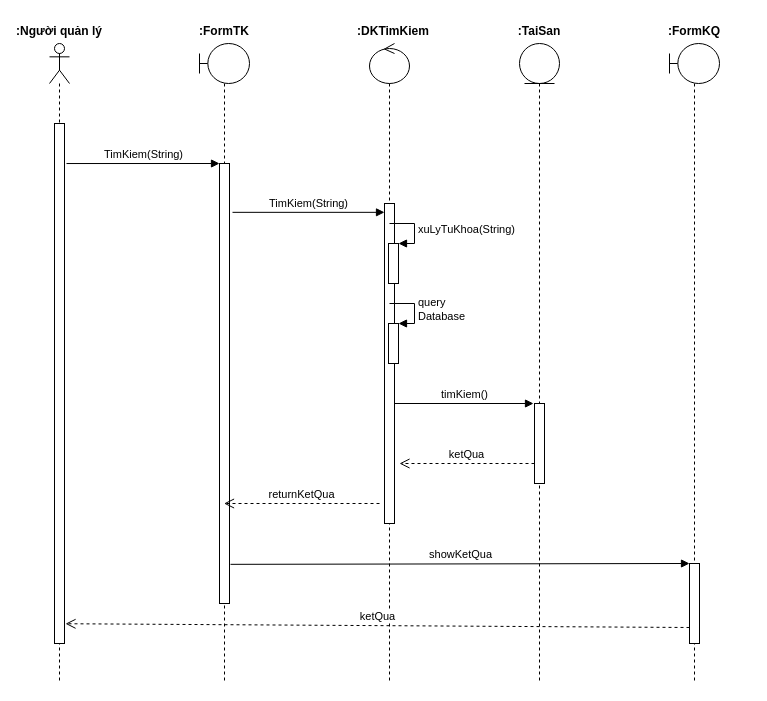
Above: page "timkiem" (1 of 4) of Search sequence diagram.drawio in LocalHost127000/OODA (draw.io), before the change. Source tidied: cells renumbered, new cells numbered last; positions are measured from the earlier drawing's top-left corner, leaving out a move shared by most shapes. Both pictures are drawn from the tidied source at 100%, with x=0, y=0 at pixel (19, 17).
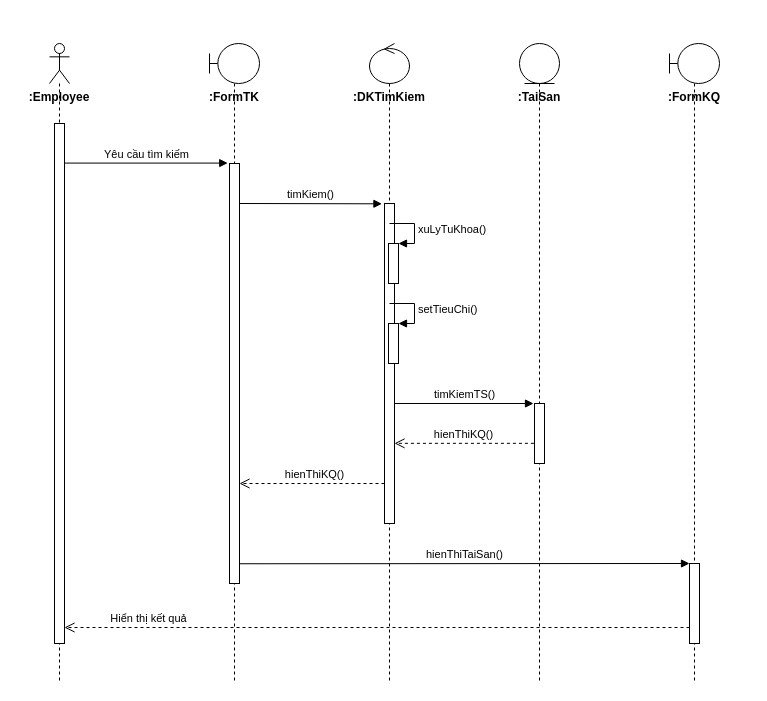
The same diagram, later.

Unchanged cells that the change refers to:
```xml
<mxCell id="3" style="html=1;points=[];perimeter=orthogonalPerimeter;" parent="2" vertex="1">
  <mxGeometry x="5" y="80" width="10" height="520" as="geometry" />
</mxCell>
<mxCell id="6" style="shape=umlLifeline;participant=umlEntity;perimeter=lifelinePerimeter;whiteSpace=wrap;html=1;verticalAlign=top;spacingTop=36;" parent="1" vertex="1">
  <mxGeometry x="500" y="26" width="40" height="640" as="geometry" />
</mxCell>
<mxCell id="8" style="shape=umlLifeline;participant=umlControl;perimeter=lifelinePerimeter;whiteSpace=wrap;html=1;verticalAlign=top;spacingTop=36;" parent="1" vertex="1">
  <mxGeometry x="350" y="26" width="40" height="640" as="geometry" />
</mxCell>
<mxCell id="9" style="html=1;points=[];perimeter=orthogonalPerimeter;" parent="8" vertex="1">
  <mxGeometry x="15" y="160" width="10" height="320" as="geometry" />
</mxCell>
<mxCell id="10" style="html=1;points=[];perimeter=orthogonalPerimeter;" parent="8" vertex="1">
  <mxGeometry x="19" y="200" width="10" height="40" as="geometry" />
</mxCell>
<mxCell id="12" style="html=1;points=[];perimeter=orthogonalPerimeter;" parent="8" vertex="1">
  <mxGeometry x="19" y="280" width="10" height="40" as="geometry" />
</mxCell>
<mxCell id="15" style="html=1;points=[];perimeter=orthogonalPerimeter;" parent="14" vertex="1">
  <mxGeometry x="20" y="520" width="10" height="80" as="geometry" />
</mxCell>
```

Change to the diagram source:
```diff
@@
     <mxCell id="4" style="shape=umlLifeline;participant=umlBoundary;perimeter=lifelinePerimeter;whiteSpace=wrap;html=1;verticalAlign=top;spacingTop=36;outlineConnect=0;" parent="1" vertex="1">
-      <mxGeometry x="180" y="26" width="50" height="640" as="geometry" />
+      <mxGeometry x="190" y="26" width="50" height="640" as="geometry" />
     </mxCell>
     <mxCell id="5" style="html=1;points=[];perimeter=orthogonalPerimeter;" parent="4" vertex="1">
-      <mxGeometry x="20" y="120" width="10" height="440" as="geometry" />
+      <mxGeometry x="20" y="120" width="10" height="420" as="geometry" />
     </mxCell>
@@
     <mxCell id="7" style="html=1;points=[];perimeter=orthogonalPerimeter;" parent="6" vertex="1">
-      <mxGeometry x="15" y="360" width="10" height="80" as="geometry" />
+      <mxGeometry x="15" y="360" width="10" height="60" as="geometry" />
     </mxCell>
@@
-    <mxCell id="11" value="xuLyTuKhoa(String)" style="edgeStyle=orthogonalEdgeStyle;html=1;align=left;spacingLeft=2;endArrow=block;rounded=0;entryX=1;entryY=0;" parent="8" edge="1" target="10">
+    <mxCell id="11" value="xuLyTuKhoa()" style="edgeStyle=orthogonalEdgeStyle;html=1;align=left;spacingLeft=2;endArrow=block;rounded=0;entryX=1;entryY=0;" parent="8" edge="1" target="10">
       <mxGeometry relative="1" as="geometry">
         <mxPoint x="20" y="180" as="sourcePoint" />
         <Array as="points">
           <mxPoint x="45" y="180" />
         </Array>
       </mxGeometry>
     </mxCell>
@@
-    <mxCell id="13" value="query&lt;br&gt;Database" style="edgeStyle=orthogonalEdgeStyle;html=1;align=left;spacingLeft=2;endArrow=block;rounded=0;entryX=1;entryY=0;" parent="8" edge="1" target="12">
+    <mxCell id="13" value="setTieuChi()" style="edgeStyle=orthogonalEdgeStyle;html=1;align=left;spacingLeft=2;endArrow=block;rounded=0;entryX=1;entryY=0;" parent="8" edge="1" target="12">
       <mxGeometry relative="1" as="geometry">
         <mxPoint x="20" y="260" as="sourcePoint" />
         <Array as="points">
           <mxPoint x="45" y="260" />
         </Array>
       </mxGeometry>
     </mxCell>
@@
-    <mxCell id="16" value=":Người quản lý" style="text;align=center;fontStyle=1;verticalAlign=middle;spacingLeft=3;spacingRight=3;strokeColor=none;" parent="1" vertex="1">
-      <mxGeometry width="80" height="26" as="geometry" />
+    <mxCell id="16" value=":Employee" style="text;align=center;fontStyle=1;verticalAlign=middle;spacingLeft=3;spacingRight=3;strokeColor=none;" parent="1" vertex="1">
+      <mxGeometry y="66" width="80" height="26" as="geometry" />
     </mxCell>
     <mxCell id="17" value=":FormTK" style="text;align=center;fontStyle=1;verticalAlign=middle;spacingLeft=3;spacingRight=3;strokeColor=none;" parent="1" vertex="1">
-      <mxGeometry x="165" width="80" height="26" as="geometry" />
+      <mxGeometry x="175" y="66" width="80" height="26" as="geometry" />
     </mxCell>
     <mxCell id="18" value=":DKTimKiem" style="text;align=center;fontStyle=1;verticalAlign=middle;spacingLeft=3;spacingRight=3;strokeColor=none;" parent="1" vertex="1">
-      <mxGeometry x="334" width="80" height="26" as="geometry" />
+      <mxGeometry x="330" y="66" width="80" height="26" as="geometry" />
     </mxCell>
     <mxCell id="19" value=":TaiSan" style="text;align=center;fontStyle=1;verticalAlign=middle;spacingLeft=3;spacingRight=3;strokeColor=none;" parent="1" vertex="1">
-      <mxGeometry x="480" width="80" height="26" as="geometry" />
+      <mxGeometry x="480" y="66" width="80" height="26" as="geometry" />
     </mxCell>
     <mxCell id="20" value=":FormKQ" style="text;align=center;fontStyle=1;verticalAlign=middle;spacingLeft=3;spacingRight=3;strokeColor=none;" parent="1" vertex="1">
-      <mxGeometry x="620" width="110" height="26" as="geometry" />
+      <mxGeometry x="620" y="66" width="110" height="26" as="geometry" />
     </mxCell>
-    <mxCell id="21" value="TimKiem(String)" style="html=1;verticalAlign=bottom;endArrow=block;exitX=1.2;exitY=0.077;exitDx=0;exitDy=0;exitPerimeter=0;" parent="1" edge="1" source="3">
-      <mxGeometry relative="1" as="geometry">
-        <mxPoint x="200" y="146" as="targetPoint" />
-      </mxGeometry>
+    <mxCell id="21" value="Yêu cầu tìm kiếm" style="html=1;verticalAlign=bottom;endArrow=block;entryX=-0.176;entryY=-0.001;entryDx=0;entryDy=0;entryPerimeter=0;" parent="1" edge="1" source="3" target="5">
+      <mxGeometry relative="1" as="geometry" />
     </mxCell>
-    <mxCell id="22" value="TimKiem(String)" style="html=1;verticalAlign=bottom;endArrow=block;exitX=1.3;exitY=0.111;exitDx=0;exitDy=0;exitPerimeter=0;" parent="1" edge="1" source="5" target="9">
-      <mxGeometry relative="1" as="geometry" />
-    </mxCell>
-    <mxCell id="23" value="timKiem()" style="html=1;verticalAlign=bottom;endArrow=block;entryX=-0.1;entryY=0;entryDx=0;entryDy=0;entryPerimeter=0;" parent="1" edge="1" target="7">
+    <mxCell id="23" value="timKiemTS()" style="html=1;verticalAlign=bottom;endArrow=block;entryX=-0.1;entryY=0;entryDx=0;entryDy=0;entryPerimeter=0;" parent="1" edge="1" target="7">
       <mxGeometry relative="1" as="geometry">
         <mxPoint x="375" y="386" as="sourcePoint" />
       </mxGeometry>
     </mxCell>
-    <mxCell id="24" value="ketQua" style="html=1;verticalAlign=bottom;endArrow=open;dashed=1;endSize=8;exitX=0;exitY=0.75;exitDx=0;exitDy=0;exitPerimeter=0;" parent="1" edge="1" source="7">
-      <mxGeometry relative="1" as="geometry">
-        <mxPoint x="380" y="446" as="targetPoint" />
-      </mxGeometry>
+    <mxCell id="24" value="hienThiKQ()" style="html=1;verticalAlign=bottom;endArrow=open;dashed=1;endSize=8;exitX=-0.057;exitY=0.664;exitDx=0;exitDy=0;exitPerimeter=0;" parent="1" edge="1" source="7" target="9">
+      <mxGeometry relative="1" as="geometry" />
     </mxCell>
-    <mxCell id="25" value="ketQua" style="html=1;verticalAlign=bottom;endArrow=open;dashed=1;endSize=8;exitX=0;exitY=0.8;exitDx=0;exitDy=0;exitPerimeter=0;entryX=1.1;entryY=0.962;entryDx=0;entryDy=0;entryPerimeter=0;" parent="1" edge="1" source="15" target="3">
-      <mxGeometry relative="1" as="geometry" />
+    <mxCell id="25" value="Hiển thị kết quả" style="html=1;verticalAlign=bottom;endArrow=open;dashed=1;endSize=8;exitX=0;exitY=0.8;exitDx=0;exitDy=0;exitPerimeter=0;" parent="1" edge="1" source="15" target="3">
+      <mxGeometry x="0.73" relative="1" as="geometry" />
     </mxCell>
-    <mxCell id="26" value="showKetQua" style="html=1;verticalAlign=bottom;endArrow=block;exitX=1.1;exitY=0.911;exitDx=0;exitDy=0;exitPerimeter=0;entryX=0;entryY=0;entryDx=0;entryDy=0;entryPerimeter=0;" parent="1" edge="1" source="5" target="15">
+    <mxCell id="26" value="hienThiTaiSan()" style="html=1;verticalAlign=bottom;endArrow=block;exitX=0.957;exitY=0.953;exitDx=0;exitDy=0;exitPerimeter=0;entryX=0;entryY=0;entryDx=0;entryDy=0;entryPerimeter=0;" parent="1" edge="1" source="5" target="15">
       <mxGeometry relative="1" as="geometry" />
     </mxCell>
-    <mxCell id="27" value="returnKetQua" style="html=1;verticalAlign=bottom;endArrow=open;dashed=1;endSize=8;" parent="1" edge="1" target="4">
-      <mxGeometry relative="1" as="geometry">
-        <mxPoint x="360" y="486" as="sourcePoint" />
-      </mxGeometry>
+    <mxCell id="27" value="hienThiKQ()" style="html=1;verticalAlign=bottom;endArrow=open;dashed=1;endSize=8;exitX=0;exitY=0.875;exitDx=0;exitDy=0;exitPerimeter=0;" parent="1" edge="1" source="9" target="5">
+      <mxGeometry x="-0.04" relative="1" as="geometry" />
     </mxCell>
+    <mxCell id="28" value="timKiem()" style="html=1;verticalAlign=bottom;endArrow=block;entryX=-0.257;entryY=0.001;entryDx=0;entryDy=0;entryPerimeter=0;" parent="1" edge="1" target="9">
+      <mxGeometry relative="1" as="geometry">
+        <mxPoint x="220" y="186" as="sourcePoint" />
+      </mxGeometry>
+    </mxCell>
```
